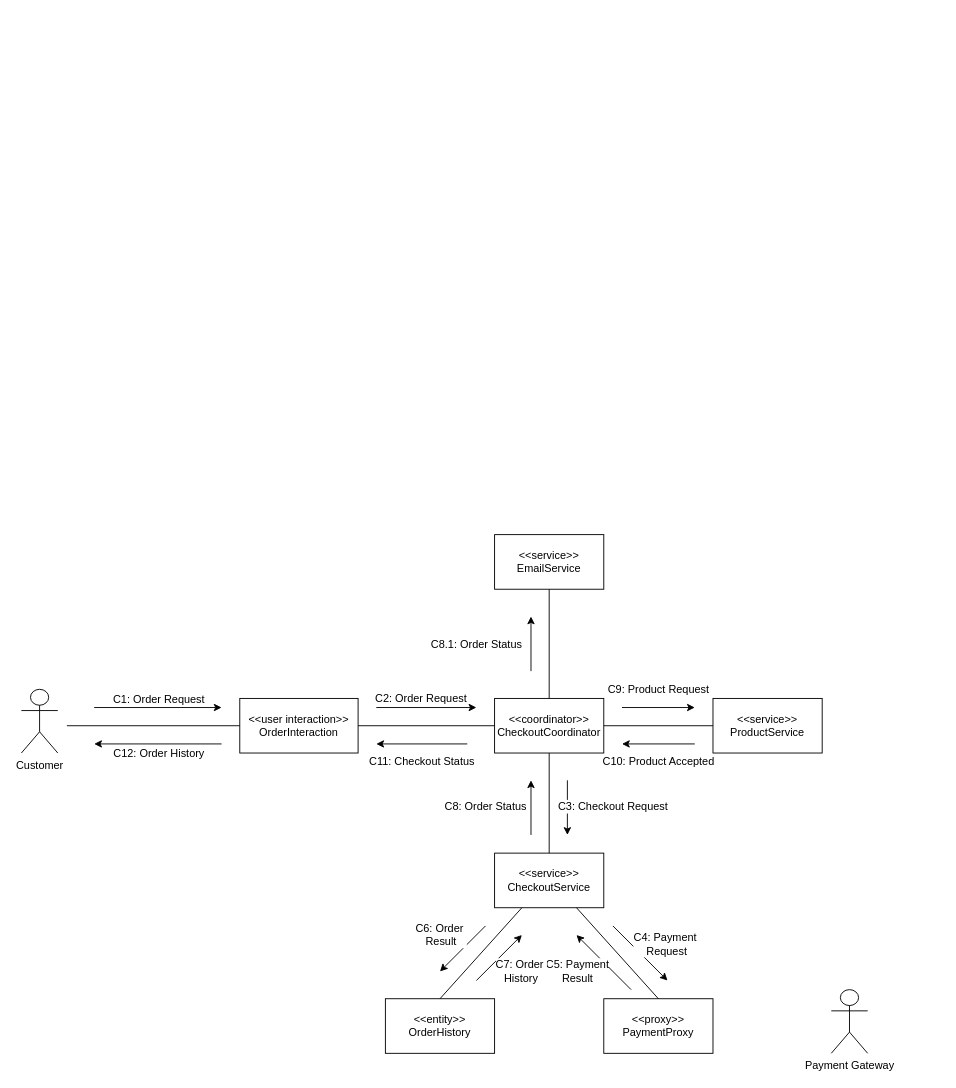
This is page "Communication/Sequence Diagram" (2 of 6) of SWD392_Gr4_Diagrams.drawio from DuyDuc94/Draw-IO-Storage, a draw.io file, before an edit. Source tidied: cells renumbered, new cells numbered last; positions are measured from the earlier drawing's top-left corner, leaving out a move shared by most shapes. Both pictures are drawn from the tidied source at 91%, with x=0, y=0 at pixel (21, 534).
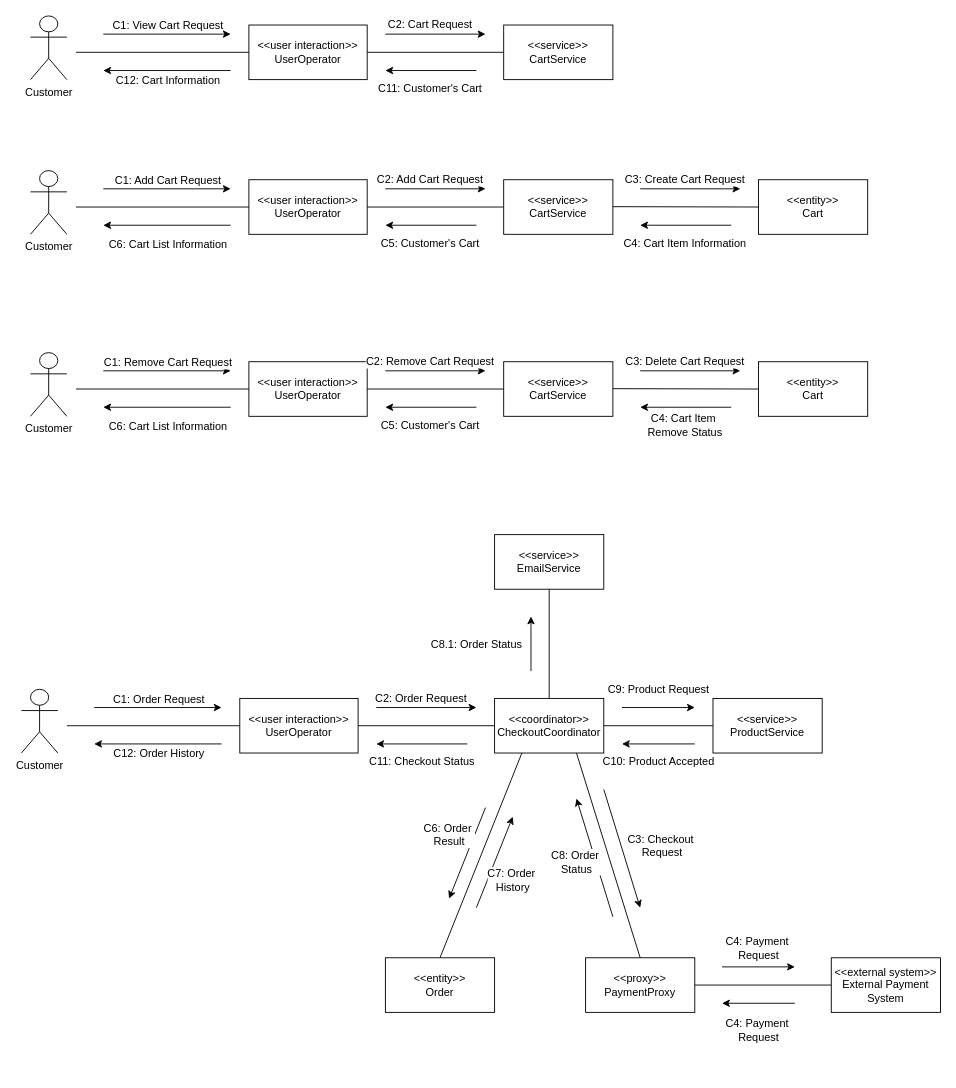
The same page after the edit.

The change refers to these unchanged cells:
```xml
<mxCell id="4" value="&amp;lt;&amp;lt;coordinator&amp;gt;&amp;gt;&lt;div style=&quot;font-size: 12px;&quot;&gt;CheckoutCoordinator&lt;/div&gt;" style="rounded=0;whiteSpace=wrap;html=1;fontSize=12;" parent="1" vertex="1">
  <mxGeometry x="520" y="180" width="120" height="60" as="geometry" />
</mxCell>
```

Change to the diagram source:
```diff
@@
-    <mxCell id="3" value="&amp;lt;&amp;lt;user interaction&amp;gt;&amp;gt;&lt;div style=&quot;font-size: 12px;&quot;&gt;OrderInteraction&lt;/div&gt;" style="rounded=0;whiteSpace=wrap;html=1;fontSize=12;" parent="1" vertex="1">
+    <mxCell id="3" value="&amp;lt;&amp;lt;user interaction&amp;gt;&amp;gt;&lt;div style=&quot;font-size: 12px;&quot;&gt;UserOperator&lt;/div&gt;" style="rounded=0;whiteSpace=wrap;html=1;fontSize=12;" parent="1" vertex="1">
       <mxGeometry x="240" y="180" width="130" height="60" as="geometry" />
     </mxCell>
@@
-    <mxCell id="5" value="&amp;lt;&amp;lt;entity&amp;gt;&amp;gt;&lt;div style=&quot;font-size: 12px;&quot;&gt;OrderHistory&lt;/div&gt;" style="rounded=0;whiteSpace=wrap;html=1;fontSize=12;" parent="1" vertex="1">
-      <mxGeometry x="400" y="510" width="120" height="60" as="geometry" />
+    <mxCell id="5" value="&amp;lt;&amp;lt;entity&amp;gt;&amp;gt;&lt;div style=&quot;font-size: 12px;&quot;&gt;Order&lt;/div&gt;" style="rounded=0;whiteSpace=wrap;html=1;fontSize=12;" parent="1" vertex="1">
+      <mxGeometry x="400" y="465" width="120" height="60" as="geometry" />
     </mxCell>
     <mxCell id="6" value="&amp;lt;&amp;lt;proxy&amp;gt;&amp;gt;&lt;div style=&quot;font-size: 12px;&quot;&gt;PaymentProxy&lt;/div&gt;" style="rounded=0;whiteSpace=wrap;html=1;fontSize=12;" parent="1" vertex="1">
-      <mxGeometry x="640" y="510" width="120" height="60" as="geometry" />
+      <mxGeometry x="620" y="465" width="120" height="60" as="geometry" />
     </mxCell>
-    <mxCell id="7" value="&amp;lt;&amp;lt;service&amp;gt;&amp;gt;&lt;div style=&quot;font-size: 12px;&quot;&gt;CheckoutService&lt;/div&gt;" style="rounded=0;whiteSpace=wrap;html=1;fontSize=12;" parent="1" vertex="1">
-      <mxGeometry x="520" y="350" width="120" height="60" as="geometry" />
-    </mxCell>
@@
-    <mxCell id="10" style="endArrow=none;html=1;rounded=0;entryX=0.5;entryY=1;entryDx=0;entryDy=0;exitX=0.5;exitY=0;exitDx=0;exitDy=0;fontSize=12;" parent="1" edge="1" source="7" target="4">
+    <mxCell id="10" style="endArrow=none;html=1;rounded=0;entryX=0.75;entryY=1;entryDx=0;entryDy=0;exitX=0.5;exitY=0;exitDx=0;exitDy=0;fontSize=12;" parent="1" edge="1" source="6" target="4">
       <mxGeometry relative="1" as="geometry" />
     </mxCell>
-    <mxCell id="11" style="endArrow=none;html=1;rounded=0;entryX=0.25;entryY=1;entryDx=0;entryDy=0;exitX=0.5;exitY=0;exitDx=0;exitDy=0;fontSize=12;" parent="1" edge="1" source="5" target="7">
+    <mxCell id="11" style="endArrow=none;html=1;rounded=0;exitX=0.5;exitY=0;exitDx=0;exitDy=0;fontSize=12;entryX=0.25;entryY=1;entryDx=0;entryDy=0;" parent="1" edge="1" source="5" target="4">
       <mxGeometry relative="1" as="geometry" />
     </mxCell>
-    <mxCell id="12" style="endArrow=none;html=1;rounded=0;entryX=0.75;entryY=1;entryDx=0;entryDy=0;exitX=0.5;exitY=0;exitDx=0;exitDy=0;fontSize=12;" parent="1" edge="1" source="6" target="7">
-      <mxGeometry relative="1" as="geometry" />
-    </mxCell>
@@
-    <mxCell id="18" value="C3: Checkout Request" style="endArrow=classic;html=1;rounded=0;fontSize=12;" parent="1" edge="1">
-      <mxGeometry y="50" relative="1" as="geometry">
-        <mxPoint x="600" y="270" as="sourcePoint" />
-        <mxPoint x="600" y="330" as="targetPoint" />
-        <mxPoint y="-1" as="offset" />
+    <mxCell id="18" value="C3: Checkout&amp;nbsp;&lt;div&gt;Request&lt;/div&gt;" style="endArrow=classic;html=1;rounded=0;fontSize=12;" parent="1" edge="1">
+      <mxGeometry x="0.14" y="43" relative="1" as="geometry">
+        <mxPoint x="640" y="280" as="sourcePoint" />
+        <mxPoint x="680" y="410" as="targetPoint" />
       </mxGeometry>
     </mxCell>
-    <mxCell id="19" value="C4: Payment&amp;nbsp;&lt;div style=&quot;font-size: 12px;&quot;&gt;Request&lt;/div&gt;" style="endArrow=classic;html=1;rounded=0;fontSize=12;" parent="1" edge="1">
-      <mxGeometry x="0.33" y="28" relative="1" as="geometry">
-        <mxPoint x="650" y="430" as="sourcePoint" />
-        <mxPoint x="710" y="490" as="targetPoint" />
-      </mxGeometry>
-    </mxCell>
-    <mxCell id="20" value="C5: Payment&lt;div style=&quot;font-size: 12px;&quot;&gt;Result&lt;/div&gt;" style="endArrow=classic;html=1;rounded=0;fontSize=12;" parent="1" edge="1">
-      <mxGeometry x="0.33" y="28" relative="1" as="geometry">
-        <mxPoint x="670" y="500" as="sourcePoint" />
-        <mxPoint x="610" y="440" as="targetPoint" />
-      </mxGeometry>
-    </mxCell>
     <mxCell id="21" value="C6: Order&amp;nbsp;&lt;div style=&quot;font-size: 12px;&quot;&gt;Result&lt;/div&gt;" style="endArrow=classic;html=1;rounded=0;fontSize=12;" parent="1" edge="1">
-      <mxGeometry x="0.2" y="-28" relative="1" as="geometry">
-        <mxPoint x="510" y="430" as="sourcePoint" />
-        <mxPoint x="460" y="480" as="targetPoint" />
+      <mxGeometry x="-0.21" y="-26" relative="1" as="geometry">
+        <mxPoint x="510" y="300" as="sourcePoint" />
+        <mxPoint x="470" y="400" as="targetPoint" />
       </mxGeometry>
     </mxCell>
     <mxCell id="22" value="C7: Order&amp;nbsp;&lt;div style=&quot;font-size: 12px;&quot;&gt;History&lt;/div&gt;" style="endArrow=classic;html=1;rounded=0;fontSize=12;" parent="1" edge="1">
-      <mxGeometry x="0.2" y="-28" relative="1" as="geometry">
-        <mxPoint x="500" y="490" as="sourcePoint" />
-        <mxPoint x="550" y="440" as="targetPoint" />
+      <mxGeometry x="-0.21" y="-26" relative="1" as="geometry">
+        <mxPoint x="500" y="410" as="sourcePoint" />
+        <mxPoint x="540" y="310" as="targetPoint" />
       </mxGeometry>
     </mxCell>
-    <mxCell id="23" value="C8: Order Status" style="endArrow=classic;html=1;rounded=0;fontSize=12;" parent="1" edge="1">
-      <mxGeometry y="50" relative="1" as="geometry">
-        <mxPoint x="560" y="330" as="sourcePoint" />
-        <mxPoint x="560" y="270" as="targetPoint" />
-        <mxPoint y="-1" as="offset" />
+    <mxCell id="23" value="C8: Order&amp;nbsp;&lt;div&gt;Status&lt;/div&gt;" style="endArrow=classic;html=1;rounded=0;fontSize=12;" parent="1" edge="1">
+      <mxGeometry x="0.02" y="21" relative="1" as="geometry">
+        <mxPoint x="650" y="420" as="sourcePoint" />
+        <mxPoint x="610" y="290" as="targetPoint" />
       </mxGeometry>
     </mxCell>
@@
-    <mxCell id="32" value="Payment Gateway" style="shape=umlActor;verticalLabelPosition=bottom;verticalAlign=top;html=1;fontSize=12;" parent="1" vertex="1">
-      <mxGeometry x="890" y="500" width="40" height="70" as="geometry" />
-    </mxCell>
+    <mxCell id="33" style="endArrow=none;html=1;rounded=0;entryX=0.75;entryY=1;entryDx=0;entryDy=0;fontSize=12;" parent="1" edge="1">
+      <mxGeometry relative="1" as="geometry">
+        <mxPoint x="890" y="495" as="sourcePoint" />
+        <mxPoint x="740" y="495" as="targetPoint" />
+      </mxGeometry>
+    </mxCell>
+    <mxCell id="34" value="C4: Payment&amp;nbsp;&lt;div style=&quot;font-size: 12px;&quot;&gt;Request&lt;/div&gt;" style="endArrow=classic;html=1;rounded=0;fontSize=12;" parent="1" edge="1">
+      <mxGeometry y="20" relative="1" as="geometry">
+        <mxPoint x="770" y="475" as="sourcePoint" />
+        <mxPoint x="850" y="475" as="targetPoint" />
+      </mxGeometry>
+    </mxCell>
+    <mxCell id="35" value="C4: Payment&amp;nbsp;&lt;div style=&quot;font-size: 12px;&quot;&gt;Request&lt;/div&gt;" style="endArrow=classic;html=1;rounded=0;fontSize=12;" parent="1" edge="1">
+      <mxGeometry y="30" relative="1" as="geometry">
+        <mxPoint x="850" y="515" as="sourcePoint" />
+        <mxPoint x="770" y="515" as="targetPoint" />
+      </mxGeometry>
+    </mxCell>
+    <mxCell id="36" value="Customer" style="shape=umlActor;verticalLabelPosition=bottom;verticalAlign=top;html=1;fontSize=12;" parent="1" vertex="1">
+      <mxGeometry x="10" y="-570" width="40" height="70" as="geometry" />
+    </mxCell>
+    <mxCell id="37" value="&amp;lt;&amp;lt;user interaction&amp;gt;&amp;gt;&lt;div style=&quot;font-size: 12px;&quot;&gt;UserOperator&lt;/div&gt;" style="rounded=0;whiteSpace=wrap;html=1;fontSize=12;" parent="1" vertex="1">
+      <mxGeometry x="250" y="-560" width="130" height="60" as="geometry" />
+    </mxCell>
+    <mxCell id="38" style="endArrow=none;html=1;rounded=0;entryX=0;entryY=0.5;entryDx=0;entryDy=0;fontSize=12;" parent="1" edge="1" target="37">
+      <mxGeometry relative="1" as="geometry">
+        <mxPoint x="60" y="-530" as="sourcePoint" />
+      </mxGeometry>
+    </mxCell>
+    <mxCell id="39" style="endArrow=none;html=1;rounded=0;entryX=0;entryY=0.5;entryDx=0;entryDy=0;fontSize=12;" parent="1" edge="1">
+      <mxGeometry relative="1" as="geometry">
+        <mxPoint x="380" y="-530" as="sourcePoint" />
+        <mxPoint x="530" y="-530" as="targetPoint" />
+      </mxGeometry>
+    </mxCell>
+    <mxCell id="40" style="endArrow=classic;html=1;rounded=0;fontSize=12;" parent="1" edge="1">
+      <mxGeometry relative="1" as="geometry">
+        <mxPoint x="90" y="-550" as="sourcePoint" />
+        <mxPoint x="230" y="-550" as="targetPoint" />
+      </mxGeometry>
+    </mxCell>
+    <mxCell id="41" value="C1: View Cart Request" style="edgeLabel;html=1;align=center;verticalAlign=middle;fontSize=12;" parent="40" vertex="1">
+      <mxGeometry x="0.07" y="6" relative="1" as="geometry">
+        <mxPoint x="-5" y="-4" as="offset" />
+      </mxGeometry>
+    </mxCell>
+    <mxCell id="42" style="endArrow=classic;html=1;rounded=0;fontSize=12;" parent="1" edge="1">
+      <mxGeometry relative="1" as="geometry">
+        <mxPoint x="230" y="-510" as="sourcePoint" />
+        <mxPoint x="90" y="-510" as="targetPoint" />
+      </mxGeometry>
+    </mxCell>
+    <mxCell id="43" value="C12: Cart Information" style="edgeLabel;html=1;align=center;verticalAlign=middle;fontSize=12;" parent="42" vertex="1">
+      <mxGeometry x="0.07" y="6" relative="1" as="geometry">
+        <mxPoint x="5" y="4" as="offset" />
+      </mxGeometry>
+    </mxCell>
+    <mxCell id="44" value="C2: Cart Request" style="endArrow=classic;html=1;rounded=0;fontSize=12;" parent="1" edge="1">
+      <mxGeometry x="-0.09" y="10" relative="1" as="geometry">
+        <mxPoint x="400" y="-550" as="sourcePoint" />
+        <mxPoint x="510" y="-550" as="targetPoint" />
+        <mxPoint x="-1" as="offset" />
+      </mxGeometry>
+    </mxCell>
+    <mxCell id="45" value="&amp;lt;&amp;lt;service&amp;gt;&amp;gt;&lt;div style=&quot;font-size: 12px;&quot;&gt;CartService&lt;/div&gt;" style="rounded=0;whiteSpace=wrap;html=1;fontSize=12;" parent="1" vertex="1">
+      <mxGeometry x="530" y="-560" width="120" height="60" as="geometry" />
+    </mxCell>
+    <mxCell id="46" value="C11: Customer's Cart" style="endArrow=classic;html=1;rounded=0;fontSize=12;" parent="1" edge="1">
+      <mxGeometry x="0.01" y="20" relative="1" as="geometry">
+        <mxPoint x="500" y="-510" as="sourcePoint" />
+        <mxPoint x="400" y="-510" as="targetPoint" />
+      </mxGeometry>
+    </mxCell>
+    <mxCell id="47" value="&amp;lt;&amp;lt;external system&amp;gt;&amp;gt;&lt;div style=&quot;font-size: 12px;&quot;&gt;External Payment&lt;/div&gt;&lt;div style=&quot;font-size: 12px;&quot;&gt;System&lt;/div&gt;" style="rounded=0;whiteSpace=wrap;html=1;fontSize=12;" parent="1" vertex="1">
+      <mxGeometry x="890" y="465" width="120" height="60" as="geometry" />
+    </mxCell>
+    <mxCell id="48" value="Customer" style="shape=umlActor;verticalLabelPosition=bottom;verticalAlign=top;html=1;fontSize=12;" parent="1" vertex="1">
+      <mxGeometry x="10" y="-400" width="40" height="70" as="geometry" />
+    </mxCell>
+    <mxCell id="49" value="&amp;lt;&amp;lt;user interaction&amp;gt;&amp;gt;&lt;div style=&quot;font-size: 12px;&quot;&gt;UserOperator&lt;/div&gt;" style="rounded=0;whiteSpace=wrap;html=1;fontSize=12;" parent="1" vertex="1">
+      <mxGeometry x="250" y="-390" width="130" height="60" as="geometry" />
+    </mxCell>
+    <mxCell id="50" style="endArrow=none;html=1;rounded=0;entryX=0;entryY=0.5;entryDx=0;entryDy=0;fontSize=12;" parent="1" edge="1" target="49">
+      <mxGeometry relative="1" as="geometry">
+        <mxPoint x="60" y="-360" as="sourcePoint" />
+      </mxGeometry>
+    </mxCell>
+    <mxCell id="51" style="endArrow=none;html=1;rounded=0;entryX=0;entryY=0.5;entryDx=0;entryDy=0;fontSize=12;" parent="1" edge="1">
+      <mxGeometry relative="1" as="geometry">
+        <mxPoint x="380" y="-360" as="sourcePoint" />
+        <mxPoint x="530" y="-360" as="targetPoint" />
+      </mxGeometry>
+    </mxCell>
+    <mxCell id="52" style="endArrow=classic;html=1;rounded=0;fontSize=12;" parent="1" edge="1">
+      <mxGeometry relative="1" as="geometry">
+        <mxPoint x="90" y="-380" as="sourcePoint" />
+        <mxPoint x="230" y="-380" as="targetPoint" />
+      </mxGeometry>
+    </mxCell>
+    <mxCell id="53" value="C1: Add Cart Request" style="edgeLabel;html=1;align=center;verticalAlign=middle;fontSize=12;" parent="52" vertex="1">
+      <mxGeometry x="0.07" y="6" relative="1" as="geometry">
+        <mxPoint x="-5" y="-4" as="offset" />
+      </mxGeometry>
+    </mxCell>
+    <mxCell id="54" style="endArrow=classic;html=1;rounded=0;fontSize=12;" parent="1" edge="1">
+      <mxGeometry relative="1" as="geometry">
+        <mxPoint x="230" y="-340" as="sourcePoint" />
+        <mxPoint x="90" y="-340" as="targetPoint" />
+      </mxGeometry>
+    </mxCell>
+    <mxCell id="55" value="C6: Cart List Information" style="edgeLabel;html=1;align=center;verticalAlign=middle;fontSize=12;" parent="54" vertex="1">
+      <mxGeometry x="0.07" y="6" relative="1" as="geometry">
+        <mxPoint x="5" y="14" as="offset" />
+      </mxGeometry>
+    </mxCell>
+    <mxCell id="56" value="C2: Add Cart Request" style="endArrow=classic;html=1;rounded=0;fontSize=12;" parent="1" edge="1">
+      <mxGeometry x="-0.09" y="10" relative="1" as="geometry">
+        <mxPoint x="400" y="-380" as="sourcePoint" />
+        <mxPoint x="510" y="-380" as="targetPoint" />
+        <mxPoint x="-1" as="offset" />
+      </mxGeometry>
+    </mxCell>
+    <mxCell id="57" value="&amp;lt;&amp;lt;service&amp;gt;&amp;gt;&lt;div style=&quot;font-size: 12px;&quot;&gt;CartService&lt;/div&gt;" style="rounded=0;whiteSpace=wrap;html=1;fontSize=12;" parent="1" vertex="1">
+      <mxGeometry x="530" y="-390" width="120" height="60" as="geometry" />
+    </mxCell>
+    <mxCell id="58" value="C5: Customer's Cart" style="endArrow=classic;html=1;rounded=0;fontSize=12;" parent="1" edge="1">
+      <mxGeometry x="0.01" y="20" relative="1" as="geometry">
+        <mxPoint x="500" y="-340" as="sourcePoint" />
+        <mxPoint x="400" y="-340" as="targetPoint" />
+      </mxGeometry>
+    </mxCell>
+    <mxCell id="59" value="C3: Create Cart Request" style="endArrow=classic;html=1;rounded=0;fontSize=12;" parent="1" edge="1">
+      <mxGeometry x="-0.09" y="10" relative="1" as="geometry">
+        <mxPoint x="680" y="-380" as="sourcePoint" />
+        <mxPoint x="790" y="-380" as="targetPoint" />
+        <mxPoint x="-1" as="offset" />
+      </mxGeometry>
+    </mxCell>
+    <mxCell id="60" value="&amp;lt;&amp;lt;entity&amp;gt;&amp;gt;&lt;div style=&quot;font-size: 12px;&quot;&gt;Cart&lt;/div&gt;" style="rounded=0;whiteSpace=wrap;html=1;fontSize=12;" parent="1" vertex="1">
+      <mxGeometry x="810" y="-390" width="120" height="60" as="geometry" />
+    </mxCell>
+    <mxCell id="61" value="C4: Cart Item Information" style="endArrow=classic;html=1;rounded=0;fontSize=12;" parent="1" edge="1">
+      <mxGeometry x="0.01" y="20" relative="1" as="geometry">
+        <mxPoint x="780" y="-340" as="sourcePoint" />
+        <mxPoint x="680" y="-340" as="targetPoint" />
+      </mxGeometry>
+    </mxCell>
+    <mxCell id="62" style="endArrow=none;html=1;rounded=0;entryX=0;entryY=0.5;entryDx=0;entryDy=0;fontSize=12;" parent="1" edge="1" target="60">
+      <mxGeometry relative="1" as="geometry">
+        <mxPoint x="650" y="-360.4" as="sourcePoint" />
+      </mxGeometry>
+    </mxCell>
+    <mxCell id="63" value="Customer" style="shape=umlActor;verticalLabelPosition=bottom;verticalAlign=top;html=1;fontSize=12;" parent="1" vertex="1">
+      <mxGeometry x="10" y="-200" width="40" height="70" as="geometry" />
+    </mxCell>
+    <mxCell id="64" value="&amp;lt;&amp;lt;user interaction&amp;gt;&amp;gt;&lt;div style=&quot;font-size: 12px;&quot;&gt;UserOperator&lt;/div&gt;" style="rounded=0;whiteSpace=wrap;html=1;fontSize=12;" parent="1" vertex="1">
+      <mxGeometry x="250" y="-190" width="130" height="60" as="geometry" />
+    </mxCell>
+    <mxCell id="65" style="endArrow=none;html=1;rounded=0;entryX=0;entryY=0.5;entryDx=0;entryDy=0;fontSize=12;" parent="1" edge="1" target="64">
+      <mxGeometry relative="1" as="geometry">
+        <mxPoint x="60" y="-160" as="sourcePoint" />
+      </mxGeometry>
+    </mxCell>
+    <mxCell id="66" style="endArrow=none;html=1;rounded=0;entryX=0;entryY=0.5;entryDx=0;entryDy=0;fontSize=12;" parent="1" edge="1">
+      <mxGeometry relative="1" as="geometry">
+        <mxPoint x="380" y="-160" as="sourcePoint" />
+        <mxPoint x="530" y="-160" as="targetPoint" />
+      </mxGeometry>
+    </mxCell>
+    <mxCell id="67" style="endArrow=classic;html=1;rounded=0;fontSize=12;" parent="1" edge="1">
+      <mxGeometry relative="1" as="geometry">
+        <mxPoint x="90" y="-180" as="sourcePoint" />
+        <mxPoint x="230" y="-180" as="targetPoint" />
+      </mxGeometry>
+    </mxCell>
+    <mxCell id="68" value="C1: Remove Cart Request" style="edgeLabel;html=1;align=center;verticalAlign=middle;fontSize=12;" parent="67" vertex="1">
+      <mxGeometry x="0.07" y="6" relative="1" as="geometry">
+        <mxPoint x="-5" y="-4" as="offset" />
+      </mxGeometry>
+    </mxCell>
+    <mxCell id="69" style="endArrow=classic;html=1;rounded=0;fontSize=12;" parent="1" edge="1">
+      <mxGeometry relative="1" as="geometry">
+        <mxPoint x="230" y="-140" as="sourcePoint" />
+        <mxPoint x="90" y="-140" as="targetPoint" />
+      </mxGeometry>
+    </mxCell>
+    <mxCell id="70" value="C6: Cart List Information" style="edgeLabel;html=1;align=center;verticalAlign=middle;fontSize=12;" parent="69" vertex="1">
+      <mxGeometry x="0.07" y="6" relative="1" as="geometry">
+        <mxPoint x="5" y="14" as="offset" />
+      </mxGeometry>
+    </mxCell>
+    <mxCell id="71" value="C2: Remove Cart Request" style="endArrow=classic;html=1;rounded=0;fontSize=12;" parent="1" edge="1">
+      <mxGeometry x="-0.09" y="10" relative="1" as="geometry">
+        <mxPoint x="400" y="-180" as="sourcePoint" />
+        <mxPoint x="510" y="-180" as="targetPoint" />
+        <mxPoint x="-1" as="offset" />
+      </mxGeometry>
+    </mxCell>
+    <mxCell id="72" value="&amp;lt;&amp;lt;service&amp;gt;&amp;gt;&lt;div style=&quot;font-size: 12px;&quot;&gt;CartService&lt;/div&gt;" style="rounded=0;whiteSpace=wrap;html=1;fontSize=12;" parent="1" vertex="1">
+      <mxGeometry x="530" y="-190" width="120" height="60" as="geometry" />
+    </mxCell>
+    <mxCell id="73" value="C5: Customer's Cart" style="endArrow=classic;html=1;rounded=0;fontSize=12;" parent="1" edge="1">
+      <mxGeometry x="0.01" y="20" relative="1" as="geometry">
+        <mxPoint x="500" y="-140" as="sourcePoint" />
+        <mxPoint x="400" y="-140" as="targetPoint" />
+      </mxGeometry>
+    </mxCell>
+    <mxCell id="74" value="C3: Delete Cart Request" style="endArrow=classic;html=1;rounded=0;fontSize=12;" parent="1" edge="1">
+      <mxGeometry x="-0.09" y="10" relative="1" as="geometry">
+        <mxPoint x="680" y="-180" as="sourcePoint" />
+        <mxPoint x="790" y="-180" as="targetPoint" />
+        <mxPoint x="-1" as="offset" />
+      </mxGeometry>
+    </mxCell>
+    <mxCell id="75" value="&amp;lt;&amp;lt;entity&amp;gt;&amp;gt;&lt;div style=&quot;font-size: 12px;&quot;&gt;Cart&lt;/div&gt;" style="rounded=0;whiteSpace=wrap;html=1;fontSize=12;" parent="1" vertex="1">
+      <mxGeometry x="810" y="-190" width="120" height="60" as="geometry" />
+    </mxCell>
+    <mxCell id="76" value="C4: Cart Item&amp;nbsp;&lt;div&gt;Remove Status&lt;/div&gt;" style="endArrow=classic;html=1;rounded=0;fontSize=12;" parent="1" edge="1">
+      <mxGeometry x="0.01" y="20" relative="1" as="geometry">
+        <mxPoint x="780" y="-140" as="sourcePoint" />
+        <mxPoint x="680" y="-140" as="targetPoint" />
+      </mxGeometry>
+    </mxCell>
+    <mxCell id="77" style="endArrow=none;html=1;rounded=0;entryX=0;entryY=0.5;entryDx=0;entryDy=0;fontSize=12;" parent="1" edge="1" target="75">
+      <mxGeometry relative="1" as="geometry">
+        <mxPoint x="650" y="-160.4" as="sourcePoint" />
+      </mxGeometry>
+    </mxCell>
```
